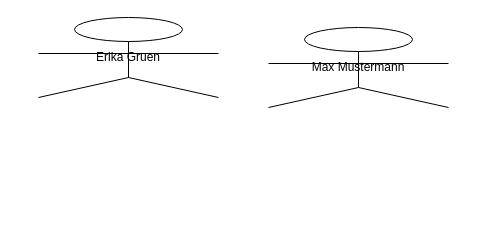
MarkSchue/mcp_archi keeps this draw.io diagram as output/drawio_Business_Actors_20260226_185731.drawio. Above is the earlier version. Source tidied: cells renumbered, new cells numbered last; positions are measured from the earlier drawing's top-left corner, leaving out a move shared by most shapes. Both pictures are drawn from the tidied source at 100%, with x=0, y=0 at pixel (38, 17).
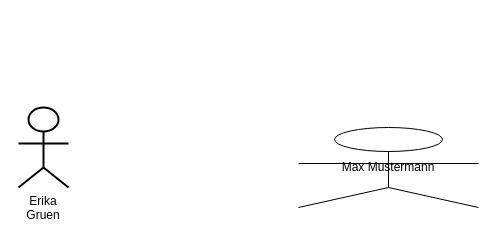
The same diagram, later.

The edit, as a diff of the source:
```diff
@@
 <mxGraphModel>
   <root>
     <mxCell id="0" />
     <mxCell id="1" parent="0" />
     <object id="2" label="%name%" name="Erika Gruen" placeholders="1">
-      <mxCell style="html=1;whiteSpace=wrap;placeholders=1;shape=mxgraph.archimate3.actor;appType=actor;archiType=square;" parent="1" vertex="1">
-        <mxGeometry width="180" height="80" as="geometry" />
+      <mxCell style="html=1;whiteSpace=wrap;placeholders=1;shape=mxgraph.archimate3.actor;appType=actor;archiType=square;spacingTop=0;labelPosition=center;verticalLabelPosition=bottom;align=center;verticalAlign=top;strokeWidth=2;" parent="1" vertex="1">
+        <mxGeometry x="-20" y="90" width="50" height="80" as="geometry" />
       </mxCell>
     </object>
     <object id="3" label="%name%" name="Max Mustermann" placeholders="1">
       <mxCell style="html=1;whiteSpace=wrap;placeholders=1;shape=mxgraph.archimate3.actor;appType=actor;archiType=square;" parent="1" vertex="1">
-        <mxGeometry x="230" y="10" width="180" height="80" as="geometry" />
+        <mxGeometry x="260" y="110" width="180" height="80" as="geometry" />
       </mxCell>
     </object>
   </root>
 </mxGraphModel>
```
